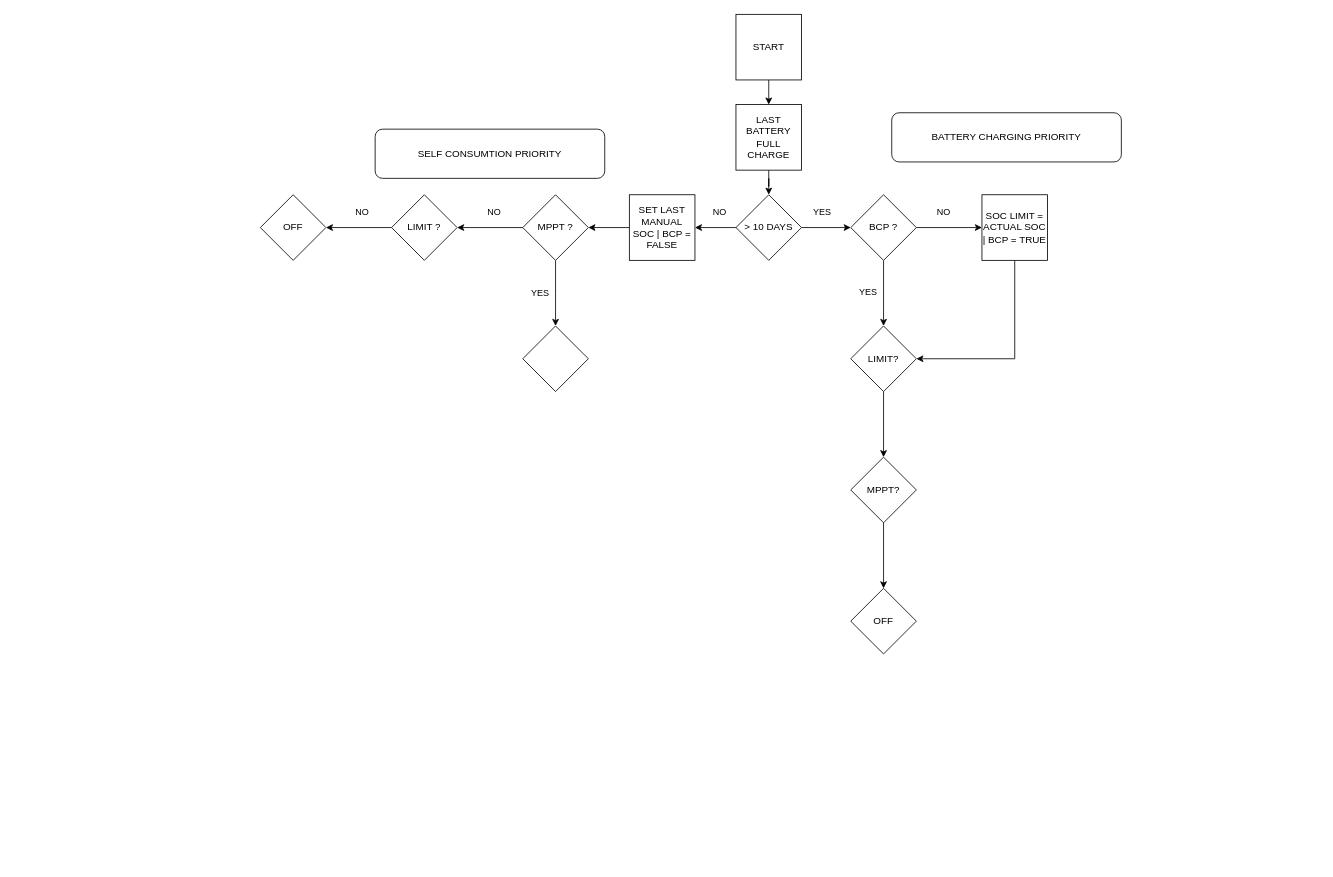
Above: Solar_management.drawio in AdnWik/DrawIo (draw.io), before the change. Source tidied: cells renumbered, new cells numbered last; positions are measured from the earlier drawing's top-left corner, leaving out a move shared by most shapes. Both pictures are drawn from the tidied source at 82%, with x=0, y=0 at pixel (260, 14).
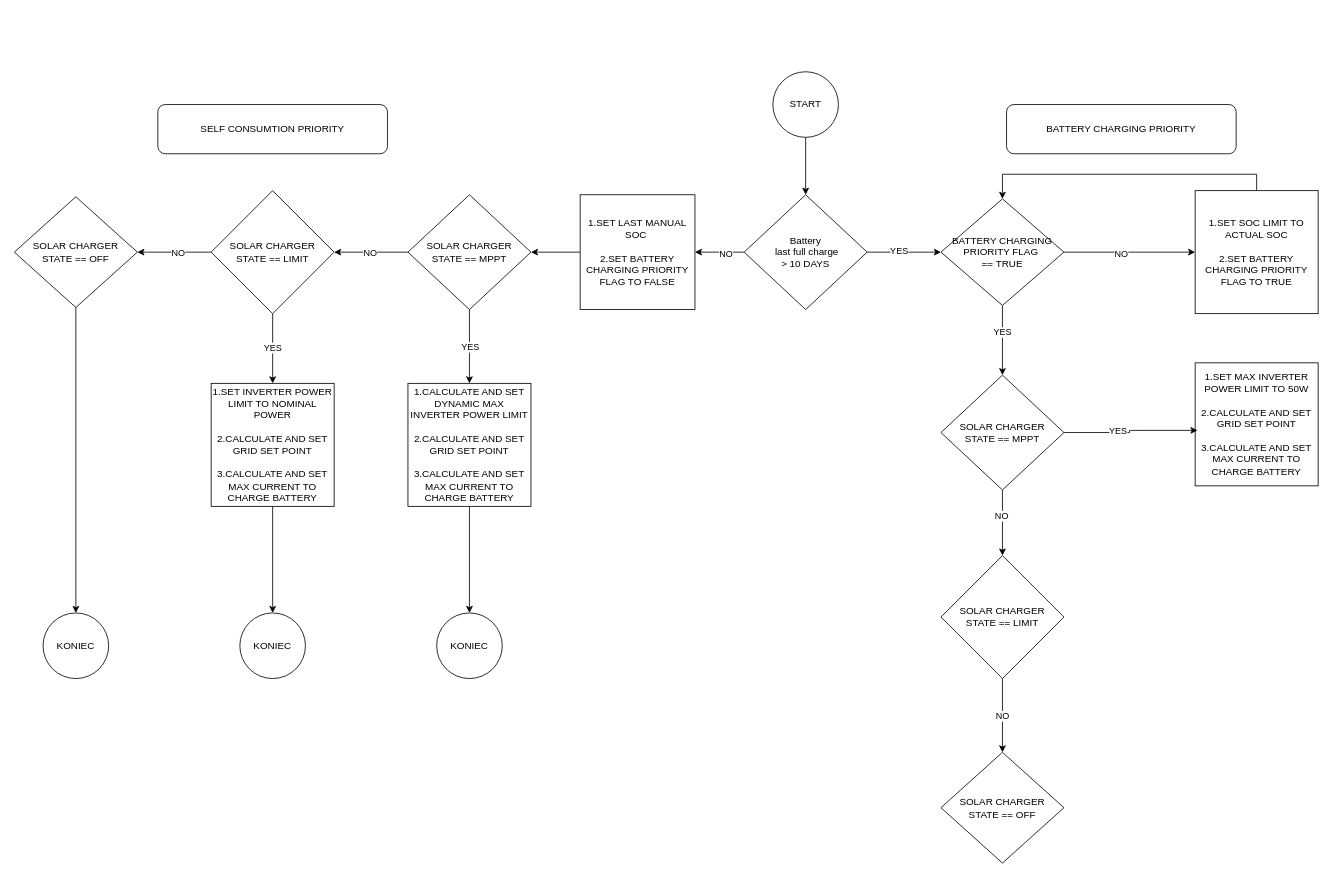
The same page after the edit.

The change refers to these unchanged cells:
```xml
<mxCell id="4" style="edgeStyle=orthogonalEdgeStyle;rounded=0;jettySize=auto;html=1;" parent="1" edge="1" source="8" target="14">
  <mxGeometry relative="1" as="geometry" />
</mxCell>
<mxCell id="6" style="edgeStyle=orthogonalEdgeStyle;rounded=0;jettySize=auto;html=1;exitX=1;exitY=0.5;exitDx=0;exitDy=0;entryX=0;entryY=0.5;entryDx=0;entryDy=0;" parent="1" edge="1" source="8" target="31">
  <mxGeometry relative="1" as="geometry" />
</mxCell>
<mxCell id="15" style="edgeStyle=orthogonalEdgeStyle;rounded=0;jettySize=auto;html=1;" parent="1" edge="1" source="19" target="22">
  <mxGeometry relative="1" as="geometry" />
</mxCell>
<mxCell id="20" style="edgeStyle=orthogonalEdgeStyle;rounded=0;jettySize=auto;html=1;" parent="1" edge="1" source="22" target="23">
  <mxGeometry relative="1" as="geometry" />
</mxCell>
<mxCell id="27" style="edgeStyle=orthogonalEdgeStyle;rounded=0;jettySize=auto;html=1;" parent="1" edge="1" source="31" target="12">
  <mxGeometry relative="1" as="geometry" />
</mxCell>
```

The edit, as a diff of the source:
```diff
@@
-    <mxCell id="2" style="edgeStyle=orthogonalEdgeStyle;rounded=0;jettySize=auto;html=1;exitX=0.5;exitY=1;exitDx=0;exitDy=0;entryX=0.5;entryY=0;entryDx=0;entryDy=0;" parent="1" edge="1" source="3" target="10">
-      <mxGeometry relative="1" as="geometry" />
-    </mxCell>
-    <mxCell id="3" value="START" style="whiteSpace=wrap;html=1;" parent="1" vertex="1">
-      <mxGeometry x="580" width="80" height="80" as="geometry" />
-    </mxCell>
@@
-    <mxCell id="5" value="NO" style="edgeLabel;html=1;align=center;verticalAlign=middle;" parent="4" vertex="1">
-      <mxGeometry x="-0.15" y="-2" relative="1" as="geometry">
-        <mxPoint y="-18" as="offset" />
-      </mxGeometry>
-    </mxCell>
+    <mxCell id="37" value="NO" style="edgeLabel;html=1;align=center;verticalAlign=middle;" parent="4" vertex="1">
+      <mxGeometry x="-0.22" y="1" relative="1" as="geometry" />
+    </mxCell>
@@
-    <mxCell id="7" value="YES" style="edgeLabel;html=1;align=center;verticalAlign=middle;" parent="6" vertex="1">
-      <mxGeometry x="-0.2" y="-3" relative="1" as="geometry">
-        <mxPoint y="-23" as="offset" />
-      </mxGeometry>
-    </mxCell>
+    <mxCell id="38" value="YES" style="edgeLabel;html=1;align=center;verticalAlign=middle;" parent="6" vertex="1">
+      <mxGeometry x="-0.15" y="2" relative="1" as="geometry" />
+    </mxCell>
-    <mxCell id="8" value="&amp;gt; 10 DAYS" style="rhombus;whiteSpace=wrap;html=1;" parent="1" vertex="1">
-      <mxGeometry x="580" y="220" width="80" height="80" as="geometry" />
+    <mxCell id="8" value="&lt;div&gt;Battery&lt;/div&gt;&lt;div&gt;&amp;nbsp;last full charge&lt;/div&gt;&amp;gt; 10 DAYS" style="rhombus;whiteSpace=wrap;html=1;" parent="1" vertex="1">
+      <mxGeometry x="590" y="220" width="150" height="140" as="geometry" />
     </mxCell>
-    <mxCell id="9" style="edgeStyle=orthogonalEdgeStyle;rounded=0;jettySize=auto;html=1;" parent="1" edge="1" source="10" target="8">
-      <mxGeometry relative="1" as="geometry" />
-    </mxCell>
-    <mxCell id="10" value="LAST BATTERY FULL CHARGE" style="whiteSpace=wrap;html=1;" parent="1" vertex="1">
-      <mxGeometry x="580" y="110" width="80" height="80" as="geometry" />
-    </mxCell>
-    <mxCell id="11" style="edgeStyle=orthogonalEdgeStyle;rounded=0;jettySize=auto;html=1;entryX=1;entryY=0.5;entryDx=0;entryDy=0;" parent="1" edge="1" source="12" target="33">
-      <mxGeometry relative="1" as="geometry">
-        <Array as="points">
-          <mxPoint x="920" y="420" />
-        </Array>
-      </mxGeometry>
-    </mxCell>
+    <mxCell id="39" style="edgeStyle=orthogonalEdgeStyle;rounded=0;jettySize=auto;html=1;exitX=0.5;exitY=0;exitDx=0;exitDy=0;entryX=0.5;entryY=0;entryDx=0;entryDy=0;" parent="1" edge="1" source="12" target="31">
+      <mxGeometry relative="1" as="geometry" />
+    </mxCell>
-    <mxCell id="12" value="SOC LIMIT = ACTUAL SOC | BCP = TRUE" style="whiteSpace=wrap;html=1;" parent="1" vertex="1">
-      <mxGeometry x="880" y="220" width="80" height="80" as="geometry" />
+    <mxCell id="12" value="1.SET SOC LIMIT TO ACTUAL SOC&lt;div&gt;&amp;nbsp;&lt;div&gt;2.SET BATTERY CHARGING PRIORITY FLAG TO TRUE&lt;/div&gt;&lt;/div&gt;" style="whiteSpace=wrap;html=1;" parent="1" vertex="1">
+      <mxGeometry x="1140" y="215" width="150" height="150" as="geometry" />
     </mxCell>
@@
-    <mxCell id="14" value="SET LAST MANUAL SOC | BCP = FALSE" style="whiteSpace=wrap;html=1;" parent="1" vertex="1">
-      <mxGeometry x="450" y="220" width="80" height="80" as="geometry" />
+    <mxCell id="14" value="1.SET LAST MANUAL SOC&amp;nbsp;&lt;div&gt;&lt;br&gt;&lt;div&gt;2.SET BATTERY CHARGING PRIORITY FLAG TO FALSE&lt;/div&gt;&lt;/div&gt;" style="whiteSpace=wrap;html=1;" parent="1" vertex="1">
+      <mxGeometry x="390" y="220" width="140" height="140" as="geometry" />
     </mxCell>
@@
-    <mxCell id="16" value="NO" style="edgeLabel;html=1;align=center;verticalAlign=middle;" parent="15" vertex="1">
-      <mxGeometry x="-0.1" y="4" relative="1" as="geometry">
-        <mxPoint y="-24" as="offset" />
-      </mxGeometry>
-    </mxCell>
-    <mxCell id="17" style="edgeStyle=orthogonalEdgeStyle;rounded=0;jettySize=auto;html=1;" parent="1" edge="1" source="19">
-      <mxGeometry relative="1" as="geometry">
-        <mxPoint x="360" y="380" as="targetPoint" />
-      </mxGeometry>
-    </mxCell>
-    <mxCell id="18" value="YES" style="edgeLabel;html=1;align=center;verticalAlign=middle;" parent="17" vertex="1">
-      <mxGeometry x="-0.03" y="4" relative="1" as="geometry">
-        <mxPoint x="-24" as="offset" />
-      </mxGeometry>
-    </mxCell>
+    <mxCell id="40" value="NO" style="edgeLabel;html=1;align=center;verticalAlign=middle;" parent="15" vertex="1">
+      <mxGeometry x="-0.14" y="-2" relative="1" as="geometry">
+        <mxPoint x="-8" y="2" as="offset" />
+      </mxGeometry>
+    </mxCell>
+    <mxCell id="41" style="edgeStyle=orthogonalEdgeStyle;rounded=0;jettySize=auto;html=1;" parent="1" edge="1" source="19" target="59">
+      <mxGeometry relative="1" as="geometry" />
+    </mxCell>
+    <mxCell id="42" value="YES" style="edgeLabel;html=1;align=center;verticalAlign=middle;" parent="41" vertex="1">
+      <mxGeometry relative="1" as="geometry" />
+    </mxCell>
-    <mxCell id="19" value="MPPT ?" style="rhombus;whiteSpace=wrap;html=1;" parent="1" vertex="1">
-      <mxGeometry x="320" y="220" width="80" height="80" as="geometry" />
+    <mxCell id="19" value="SOLAR CHARGER&lt;div&gt;STATE == MPPT&lt;/div&gt;" style="rhombus;whiteSpace=wrap;html=1;" parent="1" vertex="1">
+      <mxGeometry x="180" y="220" width="150" height="140" as="geometry" />
     </mxCell>
@@
-    <mxCell id="21" value="NO" style="edgeLabel;html=1;align=center;verticalAlign=middle;" parent="20" vertex="1">
-      <mxGeometry x="-0.08" y="1" relative="1" as="geometry">
-        <mxPoint y="-21" as="offset" />
-      </mxGeometry>
-    </mxCell>
+    <mxCell id="43" value="NO" style="edgeLabel;html=1;align=center;verticalAlign=middle;" parent="20" vertex="1">
+      <mxGeometry x="-0.42" y="-1" relative="1" as="geometry">
+        <mxPoint x="-15" y="1" as="offset" />
+      </mxGeometry>
+    </mxCell>
+    <mxCell id="44" style="edgeStyle=orthogonalEdgeStyle;rounded=0;jettySize=auto;html=1;" parent="1" edge="1" source="22" target="61">
+      <mxGeometry relative="1" as="geometry" />
+    </mxCell>
+    <mxCell id="45" value="YES" style="edgeLabel;html=1;align=center;verticalAlign=middle;" parent="44" vertex="1">
+      <mxGeometry x="-0.03" y="-1" relative="1" as="geometry" />
+    </mxCell>
-    <mxCell id="22" value="LIMIT ?" style="rhombus;whiteSpace=wrap;html=1;" parent="1" vertex="1">
-      <mxGeometry x="160" y="220" width="80" height="80" as="geometry" />
+    <mxCell id="22" value="SOLAR CHARGER&lt;div&gt;STATE == LIMIT&lt;/div&gt;" style="rhombus;whiteSpace=wrap;html=1;" parent="1" vertex="1">
+      <mxGeometry x="-60" y="215" width="150" height="150" as="geometry" />
     </mxCell>
+    <mxCell id="46" style="edgeStyle=orthogonalEdgeStyle;rounded=0;jettySize=auto;html=1;exitX=0.5;exitY=1;exitDx=0;exitDy=0;entryX=0.5;entryY=0;entryDx=0;entryDy=0;" parent="1" edge="1" source="23" target="64">
+      <mxGeometry relative="1" as="geometry" />
+    </mxCell>
-    <mxCell id="23" value="OFF" style="rhombus;whiteSpace=wrap;html=1;" parent="1" vertex="1">
-      <mxGeometry y="220" width="80" height="80" as="geometry" />
+    <mxCell id="23" value="SOLAR CHARGER&lt;div&gt;STATE == OFF&lt;/div&gt;" style="rhombus;whiteSpace=wrap;html=1;" parent="1" vertex="1">
+      <mxGeometry x="-300" y="222.5" width="150" height="135" as="geometry" />
     </mxCell>
-    <mxCell id="24" style="rhombus;whiteSpace=wrap;html=1;" parent="1" vertex="1">
-      <mxGeometry x="320" y="380" width="80" height="80" as="geometry" />
-    </mxCell>
     <mxCell id="25" value="SELF CONSUMTION PRIORITY" style="rounded=1;whiteSpace=wrap;html=1;" parent="1" vertex="1">
-      <mxGeometry x="140" y="140" width="280" height="60" as="geometry" />
+      <mxGeometry x="-125" y="110" width="280" height="60" as="geometry" />
     </mxCell>
     <mxCell id="26" value="BATTERY CHARGING PRIORITY" style="rounded=1;whiteSpace=wrap;html=1;" parent="1" vertex="1">
-      <mxGeometry x="770" y="120" width="280" height="60" as="geometry" />
+      <mxGeometry x="910" y="110" width="280" height="60" as="geometry" />
     </mxCell>
@@
-    <mxCell id="28" value="NO" style="edgeLabel;html=1;align=center;verticalAlign=middle;" parent="27" vertex="1">
-      <mxGeometry x="-0.2" y="2" relative="1" as="geometry">
-        <mxPoint y="-18" as="offset" />
-      </mxGeometry>
-    </mxCell>
-    <mxCell id="29" style="edgeStyle=orthogonalEdgeStyle;rounded=0;jettySize=auto;html=1;" parent="1" edge="1" source="31" target="33">
-      <mxGeometry relative="1" as="geometry" />
-    </mxCell>
-    <mxCell id="30" value="YES" style="edgeLabel;html=1;align=center;verticalAlign=middle;" parent="29" vertex="1">
-      <mxGeometry x="-0.06" y="-3" relative="1" as="geometry">
-        <mxPoint x="-17" as="offset" />
-      </mxGeometry>
-    </mxCell>
+    <mxCell id="47" value="NO" style="edgeLabel;html=1;align=center;verticalAlign=middle;" parent="27" vertex="1">
+      <mxGeometry x="-0.14" y="-1" relative="1" as="geometry" />
+    </mxCell>
+    <mxCell id="48" style="edgeStyle=orthogonalEdgeStyle;rounded=0;jettySize=auto;html=1;exitX=0.5;exitY=1;exitDx=0;exitDy=0;entryX=0.5;entryY=0;entryDx=0;entryDy=0;" parent="1" edge="1" source="31" target="53">
+      <mxGeometry relative="1" as="geometry" />
+    </mxCell>
+    <mxCell id="49" value="YES" style="edgeLabel;html=1;align=center;verticalAlign=middle;" parent="48" vertex="1">
+      <mxGeometry x="-0.25" y="-1" relative="1" as="geometry" />
+    </mxCell>
-    <mxCell id="31" value="BCP ?" style="rhombus;whiteSpace=wrap;html=1;" parent="1" vertex="1">
-      <mxGeometry x="720" y="220" width="80" height="80" as="geometry" />
+    <mxCell id="31" value="BATTERY CHARGING PRIORITY FLAG&amp;nbsp;&lt;div&gt;== TRUE&lt;/div&gt;" style="rhombus;whiteSpace=wrap;html=1;" parent="1" vertex="1">
+      <mxGeometry x="830" y="225" width="150" height="130" as="geometry" />
     </mxCell>
-    <mxCell id="32" style="edgeStyle=orthogonalEdgeStyle;rounded=0;jettySize=auto;html=1;" parent="1" edge="1" source="33" target="35">
-      <mxGeometry relative="1" as="geometry" />
-    </mxCell>
-    <mxCell id="33" value="LIMIT?" style="rhombus;whiteSpace=wrap;html=1;" parent="1" vertex="1">
-      <mxGeometry x="720" y="380" width="80" height="80" as="geometry" />
-    </mxCell>
-    <mxCell id="34" style="edgeStyle=orthogonalEdgeStyle;rounded=0;jettySize=auto;html=1;" parent="1" edge="1" source="35" target="36">
-      <mxGeometry relative="1" as="geometry" />
-    </mxCell>
-    <mxCell id="35" value="MPPT?" style="rhombus;whiteSpace=wrap;html=1;" parent="1" vertex="1">
-      <mxGeometry x="720" y="540" width="80" height="80" as="geometry" />
-    </mxCell>
-    <mxCell id="36" value="OFF" style="rhombus;whiteSpace=wrap;html=1;" parent="1" vertex="1">
-      <mxGeometry x="720" y="700" width="80" height="80" as="geometry" />
-    </mxCell>
+    <mxCell id="50" style="edgeStyle=orthogonalEdgeStyle;rounded=0;jettySize=auto;html=1;" parent="1" edge="1" source="3" target="8">
+      <mxGeometry relative="1" as="geometry" />
+    </mxCell>
+    <mxCell id="3" value="START" style="ellipse;whiteSpace=wrap;html=1;" parent="1" vertex="1">
+      <mxGeometry x="625" y="70" width="80" height="80" as="geometry" />
+    </mxCell>
+    <mxCell id="51" style="edgeStyle=orthogonalEdgeStyle;rounded=0;jettySize=auto;html=1;" parent="1" edge="1" source="53" target="56">
+      <mxGeometry relative="1" as="geometry" />
+    </mxCell>
+    <mxCell id="52" value="NO" style="edgeLabel;html=1;align=center;verticalAlign=middle;" parent="51" vertex="1">
+      <mxGeometry x="-0.23" y="-2" relative="1" as="geometry" />
+    </mxCell>
+    <mxCell id="53" value="SOLAR CHARGER&lt;div&gt;STATE == MPPT&lt;/div&gt;" style="rhombus;whiteSpace=wrap;html=1;" parent="1" vertex="1">
+      <mxGeometry x="830" y="440" width="150" height="140" as="geometry" />
+    </mxCell>
+    <mxCell id="54" style="edgeStyle=orthogonalEdgeStyle;rounded=0;jettySize=auto;html=1;" parent="1" edge="1" source="56" target="57">
+      <mxGeometry relative="1" as="geometry" />
+    </mxCell>
+    <mxCell id="55" value="NO" style="edgeLabel;html=1;align=center;verticalAlign=middle;" parent="54" vertex="1">
+      <mxGeometry x="0.01" y="-1" relative="1" as="geometry" />
+    </mxCell>
+    <mxCell id="56" value="SOLAR CHARGER&lt;div&gt;STATE == LIMIT&lt;/div&gt;" style="rhombus;whiteSpace=wrap;html=1;" parent="1" vertex="1">
+      <mxGeometry x="830" y="660" width="150" height="150" as="geometry" />
+    </mxCell>
+    <mxCell id="57" value="SOLAR CHARGER&lt;div&gt;STATE == OFF&lt;/div&gt;" style="rhombus;whiteSpace=wrap;html=1;" parent="1" vertex="1">
+      <mxGeometry x="830" y="900" width="150" height="135" as="geometry" />
+    </mxCell>
+    <mxCell id="58" style="edgeStyle=orthogonalEdgeStyle;rounded=0;jettySize=auto;html=1;exitX=0.5;exitY=1;exitDx=0;exitDy=0;" parent="1" edge="1" source="59" target="62">
+      <mxGeometry relative="1" as="geometry" />
+    </mxCell>
+    <mxCell id="59" value="1.CALCULATE AND SET DYNAMIC MAX INVERTER POWER LIMIT&lt;div&gt;&lt;br&gt;&lt;div&gt;2.CALCULATE AND SET GRID SET POINT&lt;/div&gt;&lt;/div&gt;&lt;div&gt;&lt;br&gt;&lt;/div&gt;&lt;div&gt;3.CALCULATE AND SET MAX CURRENT TO CHARGE BATTERY&lt;/div&gt;" style="whiteSpace=wrap;html=1;" parent="1" vertex="1">
+      <mxGeometry x="180" y="450" width="150" height="150" as="geometry" />
+    </mxCell>
+    <mxCell id="60" style="edgeStyle=orthogonalEdgeStyle;rounded=0;jettySize=auto;html=1;exitX=0.5;exitY=1;exitDx=0;exitDy=0;entryX=0.5;entryY=0;entryDx=0;entryDy=0;" parent="1" edge="1" source="61" target="63">
+      <mxGeometry relative="1" as="geometry" />
+    </mxCell>
+    <mxCell id="61" value="1.SET INVERTER POWER LIMIT TO NOMINAL POWER&lt;div&gt;&lt;br&gt;&lt;div&gt;2.CALCULATE AND SET GRID SET POINT&lt;/div&gt;&lt;/div&gt;&lt;div&gt;&lt;br&gt;&lt;/div&gt;&lt;div&gt;3.CALCULATE AND SET MAX CURRENT TO CHARGE BATTERY&lt;/div&gt;" style="whiteSpace=wrap;html=1;" parent="1" vertex="1">
+      <mxGeometry x="-60" y="450" width="150" height="150" as="geometry" />
+    </mxCell>
+    <mxCell id="62" value="KONIEC" style="ellipse;whiteSpace=wrap;html=1;" parent="1" vertex="1">
+      <mxGeometry x="215" y="730" width="80" height="80" as="geometry" />
+    </mxCell>
+    <mxCell id="63" value="KONIEC" style="ellipse;whiteSpace=wrap;html=1;" parent="1" vertex="1">
+      <mxGeometry x="-25" y="730" width="80" height="80" as="geometry" />
+    </mxCell>
+    <mxCell id="64" value="KONIEC" style="ellipse;whiteSpace=wrap;html=1;" parent="1" vertex="1">
+      <mxGeometry x="-265" y="730" width="80" height="80" as="geometry" />
+    </mxCell>
+    <mxCell id="65" value="1.SET MAX INVERTER POWER LIMIT TO 50W&lt;div&gt;&lt;br&gt;&lt;div&gt;2.CALCULATE AND SET GRID SET POINT&lt;/div&gt;&lt;/div&gt;&lt;div&gt;&lt;br&gt;&lt;/div&gt;&lt;div&gt;3.CALCULATE AND SET MAX CURRENT TO CHARGE BATTERY&lt;/div&gt;" style="whiteSpace=wrap;html=1;" parent="1" vertex="1">
+      <mxGeometry x="1140" y="425" width="150" height="150" as="geometry" />
+    </mxCell>
+    <mxCell id="66" style="edgeStyle=orthogonalEdgeStyle;rounded=0;jettySize=auto;html=1;exitX=1;exitY=0.5;exitDx=0;exitDy=0;entryX=0.019;entryY=0.549;entryDx=0;entryDy=0;entryPerimeter=0;" parent="1" edge="1" source="53" target="65">
+      <mxGeometry relative="1" as="geometry" />
+    </mxCell>
+    <mxCell id="67" value="YES" style="edgeLabel;html=1;align=center;verticalAlign=middle;" parent="66" vertex="1">
+      <mxGeometry x="-0.21" y="3" relative="1" as="geometry" />
+    </mxCell>
```
